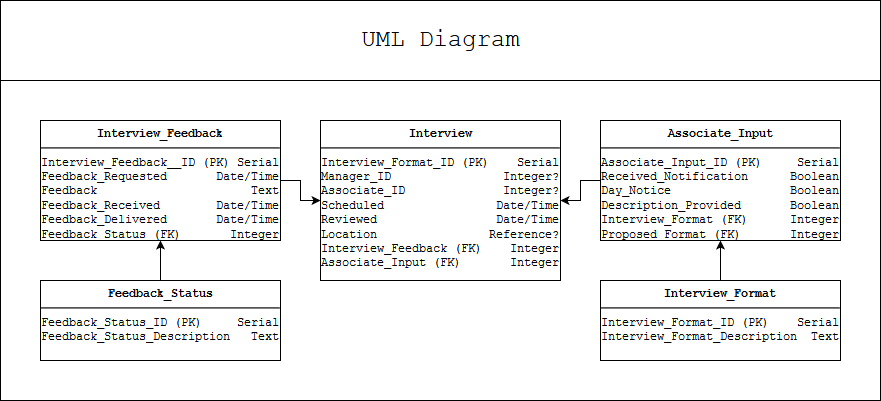
This is UML.png from dfeli014/InterviewService, a draw.io export, as it was before one commit. Source tidied: cells renumbered, new cells last; positions are measured from the earlier drawing's top-left corner, leaving out a move shared by most shapes.
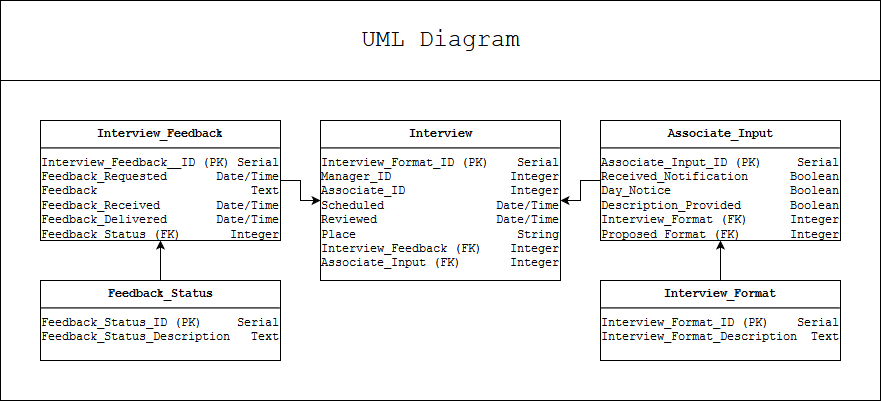
Above is the later version.

Change to the diagram source:
```diff
@@ -20,7 +20,7 @@
     <mxCell id="7" value="&lt;p style=&quot;margin: 0px ; margin-top: 6px ; text-align: center&quot;&gt;&lt;b&gt;Feedback_Status&lt;/b&gt;&lt;br&gt;&lt;/p&gt;&lt;hr&gt;&lt;div&gt;Feedback_Status_ID (PK)&amp;nbsp;&amp;nbsp;&amp;nbsp;&amp;nbsp; Serial&lt;/div&gt;&lt;div&gt;Feedback_Status_Description&amp;nbsp;&amp;nbsp; Text&lt;br&gt;&lt;/div&gt;" style="align=left;overflow=fill;html=1;fontFamily=Courier New;" parent="1" vertex="1">
       <mxGeometry x="40" y="280" width="240" height="80" as="geometry" />
     </mxCell>
-    <mxCell id="8" value="&lt;p style=&quot;margin: 0px ; margin-top: 6px ; text-align: center&quot;&gt;&lt;b&gt;Interview&lt;/b&gt;&lt;br&gt;&lt;/p&gt;&lt;hr&gt;&lt;div&gt;Interview_Format_ID (PK)&amp;nbsp;&amp;nbsp;&amp;nbsp; Serial&lt;/div&gt;&lt;div&gt;Manager_ID &amp;nbsp; &amp;nbsp; &amp;nbsp; &amp;nbsp; &amp;nbsp; &amp;nbsp; &amp;nbsp;&amp;nbsp; Integer?&lt;/div&gt;&lt;div&gt;Associate_ID&amp;nbsp;&amp;nbsp;&amp;nbsp;&amp;nbsp;&amp;nbsp;&amp;nbsp;&amp;nbsp;&amp;nbsp;&amp;nbsp;&amp;nbsp;&amp;nbsp;&amp;nbsp;&amp;nbsp; Integer?&lt;/div&gt;&lt;div&gt;Scheduled&amp;nbsp;&amp;nbsp;&amp;nbsp;&amp;nbsp;&amp;nbsp;&amp;nbsp;&amp;nbsp;&amp;nbsp;&amp;nbsp;&amp;nbsp;&amp;nbsp;&amp;nbsp;&amp;nbsp;&amp;nbsp;&amp;nbsp; Date/Time&lt;/div&gt;&lt;div&gt;Reviewed&amp;nbsp;&amp;nbsp;&amp;nbsp;&amp;nbsp;&amp;nbsp;&amp;nbsp;&amp;nbsp;&amp;nbsp;&amp;nbsp;&amp;nbsp;&amp;nbsp;&amp;nbsp;&amp;nbsp;&amp;nbsp;&amp;nbsp;&amp;nbsp; Date/Time&lt;/div&gt;&lt;div&gt;Location&amp;nbsp;&amp;nbsp;&amp;nbsp;&amp;nbsp;&amp;nbsp;&amp;nbsp;&amp;nbsp;&amp;nbsp;&amp;nbsp;&amp;nbsp;&amp;nbsp;&amp;nbsp;&amp;nbsp;&amp;nbsp;&amp;nbsp; Reference?&lt;/div&gt;&lt;div&gt;Interview_Feedback (FK)&amp;nbsp;&amp;nbsp;&amp;nbsp; Integer&lt;/div&gt;&lt;div&gt;Associate_Input (FK)&amp;nbsp;&amp;nbsp;&amp;nbsp;&amp;nbsp;&amp;nbsp;&amp;nbsp; Integer&lt;br&gt;&lt;/div&gt;" style="align=left;overflow=fill;html=1;fontFamily=Courier New;" parent="1" vertex="1">
+    <mxCell id="8" value="&lt;p style=&quot;margin: 0px ; margin-top: 6px ; text-align: center&quot;&gt;&lt;b&gt;Interview&lt;/b&gt;&lt;br&gt;&lt;/p&gt;&lt;hr&gt;&lt;div&gt;Interview_Format_ID (PK)&amp;nbsp;&amp;nbsp;&amp;nbsp; Serial&lt;/div&gt;&lt;div&gt;Manager_ID &amp;nbsp; &amp;nbsp; &amp;nbsp; &amp;nbsp; &amp;nbsp; &amp;nbsp; &amp;nbsp;&amp;nbsp;&amp;nbsp; Integer&lt;/div&gt;&lt;div&gt;Associate_ID&amp;nbsp;&amp;nbsp;&amp;nbsp;&amp;nbsp;&amp;nbsp;&amp;nbsp;&amp;nbsp;&amp;nbsp;&amp;nbsp;&amp;nbsp;&amp;nbsp;&amp;nbsp;&amp;nbsp;&amp;nbsp; Integer&lt;/div&gt;&lt;div&gt;Scheduled&amp;nbsp;&amp;nbsp;&amp;nbsp;&amp;nbsp;&amp;nbsp;&amp;nbsp;&amp;nbsp;&amp;nbsp;&amp;nbsp;&amp;nbsp;&amp;nbsp;&amp;nbsp;&amp;nbsp;&amp;nbsp;&amp;nbsp; Date/Time&lt;/div&gt;&lt;div&gt;Reviewed&amp;nbsp;&amp;nbsp;&amp;nbsp;&amp;nbsp;&amp;nbsp;&amp;nbsp;&amp;nbsp;&amp;nbsp;&amp;nbsp;&amp;nbsp;&amp;nbsp;&amp;nbsp;&amp;nbsp;&amp;nbsp;&amp;nbsp;&amp;nbsp; Date/Time&lt;/div&gt;&lt;div&gt;Place &amp;nbsp;&amp;nbsp; &amp;nbsp;&amp;nbsp;&amp;nbsp;&amp;nbsp;&amp;nbsp;&amp;nbsp;&amp;nbsp;&amp;nbsp;&amp;nbsp;&amp;nbsp;&amp;nbsp;&amp;nbsp;&amp;nbsp;&amp;nbsp;&amp;nbsp;&amp;nbsp;&amp;nbsp;&amp;nbsp; String&lt;br&gt;&lt;/div&gt;&lt;div&gt;Interview_Feedback (FK)&amp;nbsp;&amp;nbsp;&amp;nbsp; Integer&lt;/div&gt;&lt;div&gt;Associate_Input (FK)&amp;nbsp;&amp;nbsp;&amp;nbsp;&amp;nbsp;&amp;nbsp;&amp;nbsp; Integer&lt;br&gt;&lt;/div&gt;" style="align=left;overflow=fill;html=1;fontFamily=Courier New;" parent="1" vertex="1">
       <mxGeometry x="320" y="120" width="240" height="160" as="geometry" />
     </mxCell>
     <mxCell id="9" style="edgeStyle=orthogonalEdgeStyle;rounded=0;jettySize=auto;html=1;exitX=1;exitY=0.5;exitDx=0;exitDy=0;entryX=0;entryY=0.5;entryDx=0;entryDy=0;" parent="1" edge="1" source="10" target="8">
```
